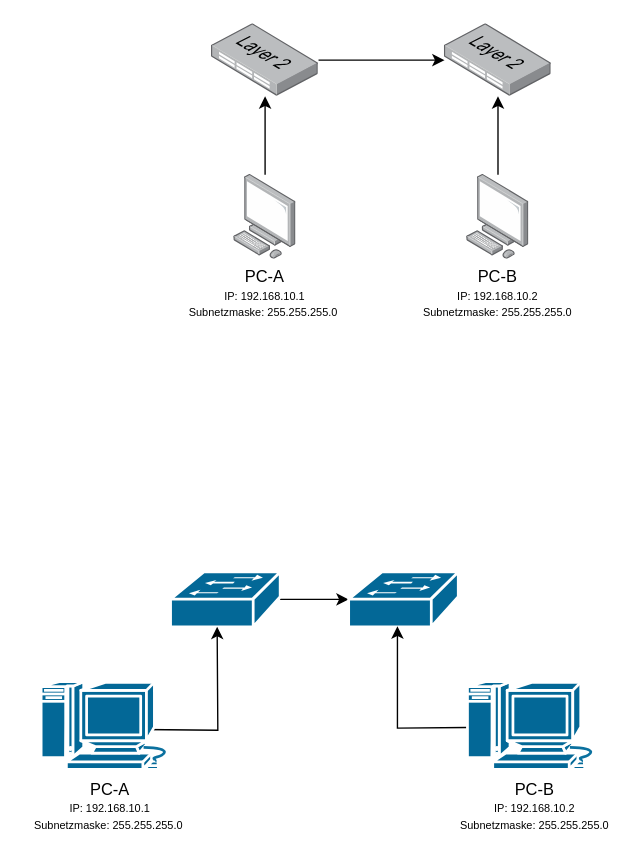
The draw.io diagram Ubung1 Topologie1.drawio in PLAD26/OSI-Modell, before the edit. Source tidied: cells renumbered, new cells numbered last; positions are measured from the earlier drawing's top-left corner, leaving out a move shared by most shapes. Both pictures are drawn from the tidied source at 137%, with x=0, y=0 at pixel (22, 23).
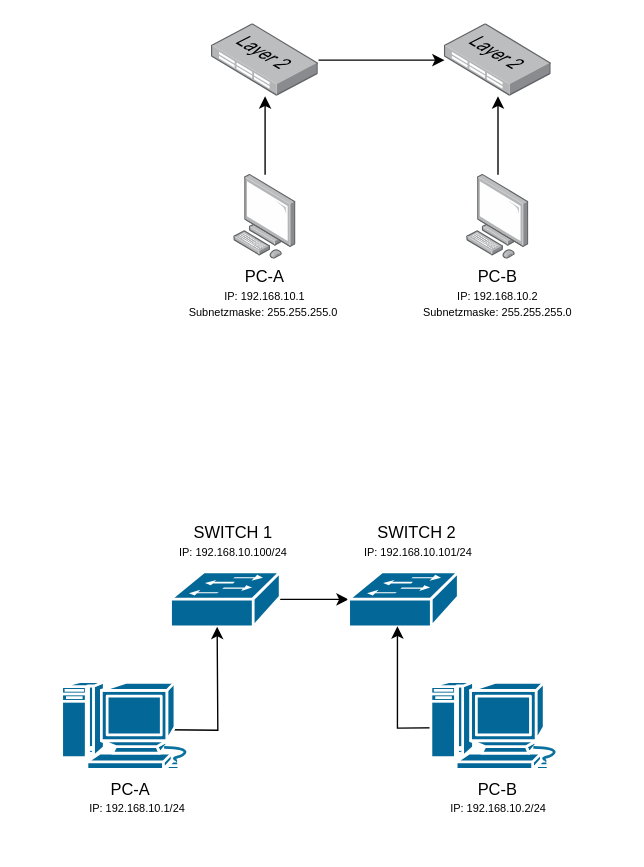
Above is the later version.

Diff of the diagram source:
```diff
@@
     <mxCell id="20" style="sketch=0;html=1;dashed=0;fillColor=#036897;strokeColor=#ffffff;strokeWidth=2;verticalLabelPosition=bottom;verticalAlign=top;align=center;shape=mxgraph.cisco.computers_and_peripherals.macintosh;" parent="1" vertex="1">
-      <mxGeometry x="324.2" y="480" width="99" height="64" as="geometry" />
+      <mxGeometry x="297.5" y="480" width="99" height="64" as="geometry" />
     </mxCell>
     <mxCell id="21" style="sketch=0;html=1;dashed=0;fillColor=#036897;strokeColor=#ffffff;strokeWidth=2;verticalLabelPosition=bottom;verticalAlign=top;align=center;shape=mxgraph.cisco.computers_and_peripherals.macintosh;" parent="1" vertex="1">
-      <mxGeometry x="13" y="480" width="99" height="64" as="geometry" />
+      <mxGeometry x="28" y="480" width="99" height="64" as="geometry" />
     </mxCell>
     <mxCell id="22" value="PC-A" style="text;html=1;whiteSpace=wrap;strokeColor=none;fillColor=none;align=center;verticalAlign=middle;rounded=0;" parent="1" vertex="1">
-      <mxGeometry x="33.5" y="544" width="60" height="30" as="geometry" />
+      <mxGeometry x="48.5" y="544" width="60" height="30" as="geometry" />
     </mxCell>
-    <mxCell id="23" value="&lt;font style=&quot;font-size: 8px;&quot;&gt;IP: 192.168.10.1&lt;/font&gt;" style="text;html=1;whiteSpace=wrap;strokeColor=none;fillColor=none;align=center;verticalAlign=middle;rounded=0;" parent="1" vertex="1">
-      <mxGeometry x="28.5" y="557" width="70" height="30" as="geometry" />
+    <mxCell id="23" value="&lt;font style=&quot;font-size: 8px;&quot;&gt;IP: 192.168.10.1/24&lt;/font&gt;" style="text;html=1;whiteSpace=wrap;strokeColor=none;fillColor=none;align=center;verticalAlign=middle;rounded=0;" parent="1" vertex="1">
+      <mxGeometry x="43.5" y="557" width="79.5" height="30" as="geometry" />
     </mxCell>
-    <mxCell id="24" value="&lt;font style=&quot;font-size: 8px;&quot;&gt;Subnetzmaske: 255.255.255.0&lt;/font&gt;" style="text;html=1;whiteSpace=wrap;strokeColor=none;fillColor=none;align=center;verticalAlign=middle;rounded=0;" parent="1" vertex="1">
-      <mxGeometry x="0.5" y="569" width="124" height="30" as="geometry" />
-    </mxCell>
-    <mxCell id="25" value="&lt;font style=&quot;font-size: 8px;&quot;&gt;IP: 192.168.10.2&lt;/font&gt;" style="text;html=1;whiteSpace=wrap;strokeColor=none;fillColor=none;align=center;verticalAlign=middle;rounded=0;" parent="1" vertex="1">
-      <mxGeometry x="339" y="557" width="70" height="30" as="geometry" />
+    <mxCell id="25" value="&lt;font style=&quot;font-size: 8px;&quot;&gt;IP: 192.168.10.2/24&lt;/font&gt;" style="text;html=1;whiteSpace=wrap;strokeColor=none;fillColor=none;align=center;verticalAlign=middle;rounded=0;" parent="1" vertex="1">
+      <mxGeometry x="302.8" y="557" width="89" height="30" as="geometry" />
     </mxCell>
     <mxCell id="26" value="PC-B" style="text;html=1;whiteSpace=wrap;strokeColor=none;fillColor=none;align=center;verticalAlign=middle;rounded=0;" parent="1" vertex="1">
-      <mxGeometry x="344" y="544" width="60" height="30" as="geometry" />
+      <mxGeometry x="317.3" y="544" width="60" height="30" as="geometry" />
     </mxCell>
-    <mxCell id="27" value="&lt;font style=&quot;font-size: 8px;&quot;&gt;Subnetzmaske: 255.255.255.0&lt;/font&gt;" style="text;html=1;whiteSpace=wrap;strokeColor=none;fillColor=none;align=center;verticalAlign=middle;rounded=0;" parent="1" vertex="1">
-      <mxGeometry x="312" y="569" width="124" height="30" as="geometry" />
-    </mxCell>
+    <mxCell id="28" value="SWITCH 1" style="text;html=1;whiteSpace=wrap;strokeColor=none;fillColor=none;align=center;verticalAlign=middle;rounded=0;" parent="1" vertex="1">
+      <mxGeometry x="123.8" y="357" width="60" height="30" as="geometry" />
+    </mxCell>
+    <mxCell id="29" value="&lt;font style=&quot;font-size: 8px;&quot;&gt;IP: 192.168.10.100/24&lt;/font&gt;" style="text;html=1;whiteSpace=wrap;strokeColor=none;fillColor=none;align=center;verticalAlign=middle;rounded=0;" parent="1" vertex="1">
+      <mxGeometry x="111.8" y="370" width="84" height="30" as="geometry" />
+    </mxCell>
+    <mxCell id="30" value="SWITCH 2" style="text;html=1;whiteSpace=wrap;strokeColor=none;fillColor=none;align=center;verticalAlign=middle;rounded=0;" parent="1" vertex="1">
+      <mxGeometry x="258" y="357" width="60" height="30" as="geometry" />
+    </mxCell>
+    <mxCell id="31" value="&lt;font style=&quot;font-size: 8px;&quot;&gt;IP: 192.168.10.101/24&lt;/font&gt;" style="text;html=1;whiteSpace=wrap;strokeColor=none;fillColor=none;align=center;verticalAlign=middle;rounded=0;" parent="1" vertex="1">
+      <mxGeometry x="246" y="370" width="86.3" height="30" as="geometry" />
+    </mxCell>
```
